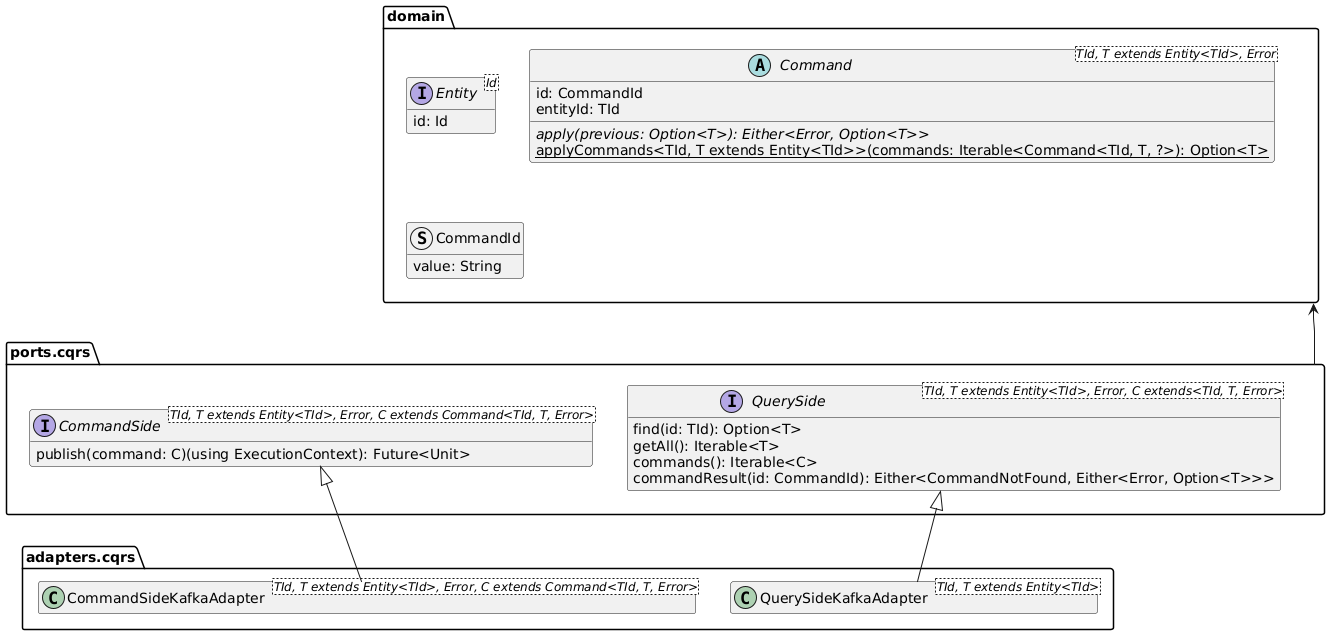
This is doc/diagrams/cqrs-es-domain-model.png from Ventus218/SAP-assignment-03, a PlantUML export, as it was before one commit. Its diagram source:
```plantuml
@startuml cqrs-es-domain-model

hide empty members

package domain {
    !startsub ES
    interface Entity<Id> {
        id: Id
    }

    abstract class Command<TId, T extends Entity<TId>, Error> {
        id: CommandId
        entityId: TId
        {abstract} apply(previous: Option<T>): Either<Error, Option<T>>
        {static} applyCommands<TId, T extends Entity<TId>>(commands: Iterable<Command<TId, T, ?>): Option<T>
    }
    !endsub

    struct CommandId {
        value: String
    }
}

set separator none
package ports.cqrs {
    interface CommandSide<TId, T extends Entity<TId>, Error, C extends Command<TId, T, Error>> {
        publish(command: C)(using ExecutionContext): Future<Unit>
    }
    interface QuerySide<TId, T extends Entity<TId>, Error, C extends<TId, T, Error>>{
        find(id: TId): Option<T>
        getAll(): Iterable<T>
        commands(): Iterable<C>
        commandResult(id: CommandId): Either<CommandNotFound, Either<Error, Option<T>>>
    }
}

package adapters.cqrs {
    class CommandSideKafkaAdapter<TId, T extends Entity<TId>, Error, C extends Command<TId, T, Error>> extends CommandSide
    class QuerySideKafkaAdapter<TId, T extends Entity<TId>> extends QuerySide
}

domain <--- ports.cqrs

@enduml
```
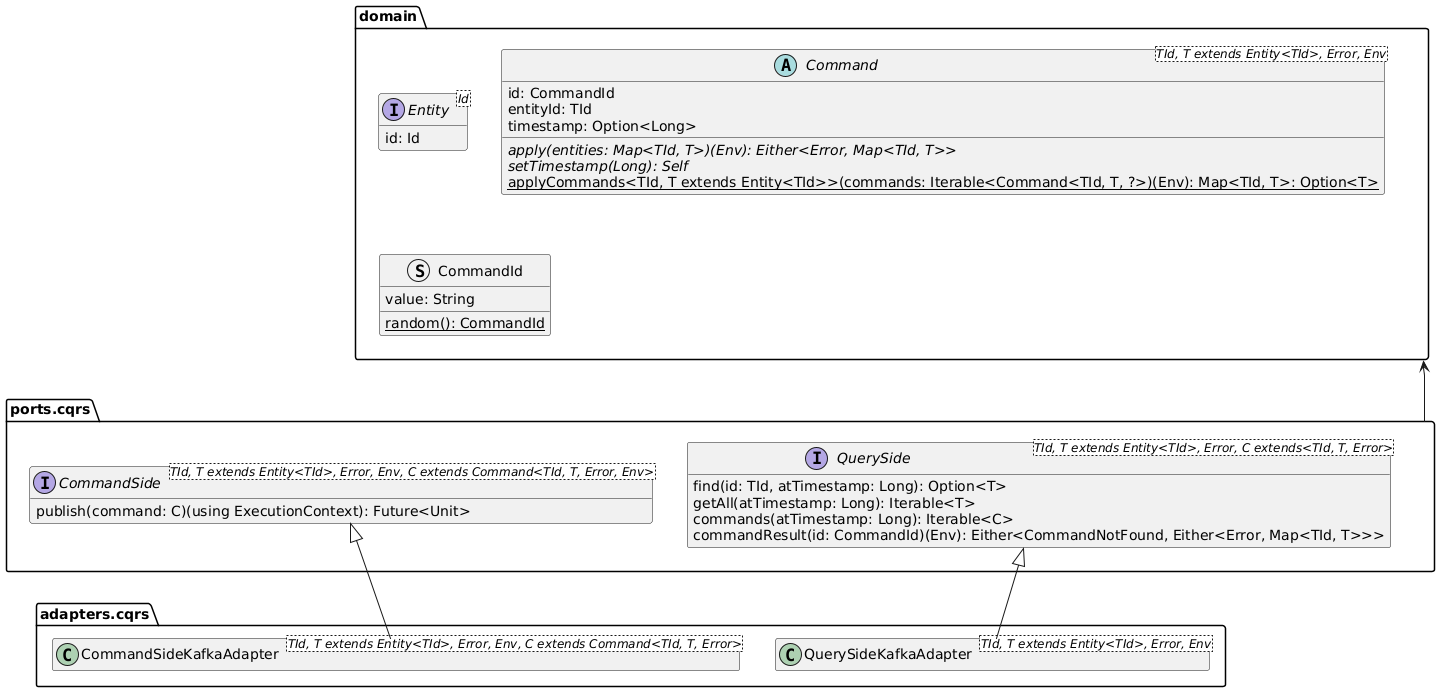
After the change.

Commit message:
Automatically generated PlantUML diagrams

Change to the diagram source:
```diff
@@ -8,35 +8,38 @@
         id: Id
     }
 
-    abstract class Command<TId, T extends Entity<TId>, Error> {
+    abstract class Command<TId, T extends Entity<TId>, Error, Env> {
         id: CommandId
         entityId: TId
-        {abstract} apply(previous: Option<T>): Either<Error, Option<T>>
-        {static} applyCommands<TId, T extends Entity<TId>>(commands: Iterable<Command<TId, T, ?>): Option<T>
+        timestamp: Option<Long>
+        {abstract} apply(entities: Map<TId, T>)(Env): Either<Error, Map<TId, T>>
+        {abstract} setTimestamp(Long): Self
+        {static} applyCommands<TId, T extends Entity<TId>>(commands: Iterable<Command<TId, T, ?>)(Env): Map<TId, T>: Option<T>
     }
     !endsub
 
     struct CommandId {
         value: String
+        {static} random(): CommandId
     }
 }
 
 set separator none
 package ports.cqrs {
-    interface CommandSide<TId, T extends Entity<TId>, Error, C extends Command<TId, T, Error>> {
+    interface CommandSide<TId, T extends Entity<TId>, Error, Env, C extends Command<TId, T, Error, Env>> {
         publish(command: C)(using ExecutionContext): Future<Unit>
     }
     interface QuerySide<TId, T extends Entity<TId>, Error, C extends<TId, T, Error>>{
-        find(id: TId): Option<T>
-        getAll(): Iterable<T>
-        commands(): Iterable<C>
-        commandResult(id: CommandId): Either<CommandNotFound, Either<Error, Option<T>>>
+        find(id: TId, atTimestamp: Long): Option<T>
+        getAll(atTimestamp: Long): Iterable<T>
+        commands(atTimestamp: Long): Iterable<C>
+        commandResult(id: CommandId)(Env): Either<CommandNotFound, Either<Error, Map<TId, T>>>
     }
 }
 
 package adapters.cqrs {
-    class CommandSideKafkaAdapter<TId, T extends Entity<TId>, Error, C extends Command<TId, T, Error>> extends CommandSide
-    class QuerySideKafkaAdapter<TId, T extends Entity<TId>> extends QuerySide
+    class CommandSideKafkaAdapter<TId, T extends Entity<TId>, Error, Env, C extends Command<TId, T, Error>> extends CommandSide
+    class QuerySideKafkaAdapter<TId, T extends Entity<TId>, Error, Env> extends QuerySide
 }
 
 domain <--- ports.cqrs
```
